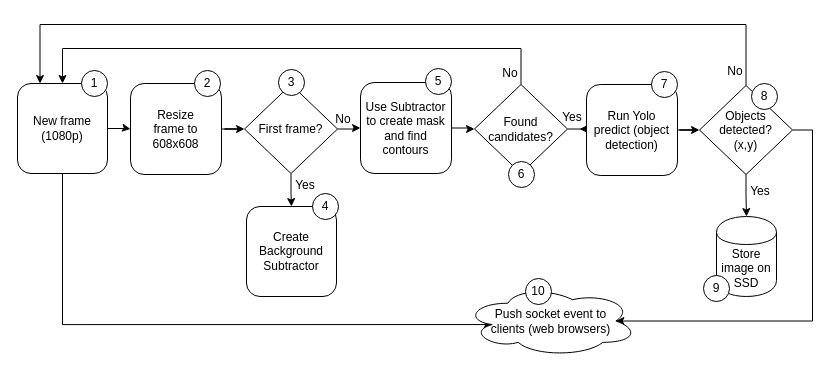
Earlier version of the draw.io diagram Resources/drawings/obj-detection.dio (Alchemication/cvdl-for-home). Source tidied: cells renumbered, new cells numbered last; positions are measured from the earlier drawing's top-left corner, leaving out a move shared by most shapes. Both pictures are drawn from the tidied source at 100%, with x=0, y=0 at pixel (17, 24).
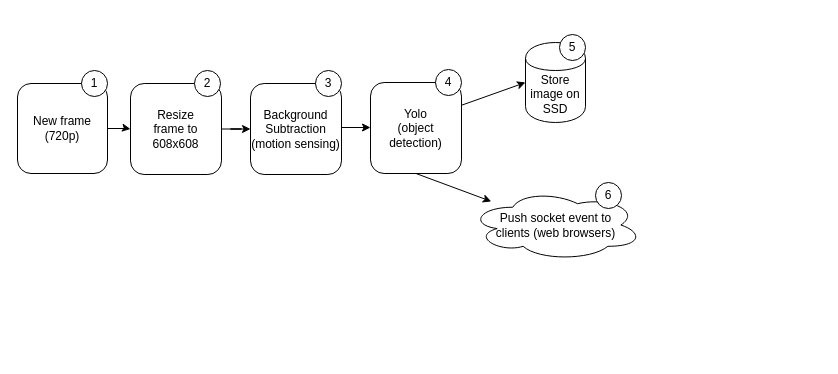
After the change.

Unchanged cells that the change refers to:
```xml
<mxCell id="7" value="&lt;div&gt;Resize&lt;/div&gt;frame to 608x608" style="whiteSpace=wrap;html=1;rounded=1;gradientColor=none;" parent="1" vertex="1">
  <mxGeometry x="113" y="59" width="91" height="91" as="geometry" />
</mxCell>
```

Diff of the diagram source:
```diff
@@
-    <mxCell id="3" style="edgeStyle=orthogonalEdgeStyle;rounded=0;html=1;entryX=0.16;entryY=0.55;entryPerimeter=0;jettySize=auto;" parent="1" edge="1" source="4" target="30">
-      <mxGeometry relative="1" as="geometry">
-        <Array as="points">
-          <mxPoint x="45" y="300" />
-        </Array>
-      </mxGeometry>
-    </mxCell>
-    <mxCell id="4" value="New frame (1080p)&lt;div&gt;&lt;/div&gt;" style="whiteSpace=wrap;html=1;rounded=1;gradientColor=none;" parent="1" vertex="1">
+    <mxCell id="4" value="New frame (720p)&lt;div&gt;&lt;/div&gt;" style="whiteSpace=wrap;html=1;rounded=1;gradientColor=none;" parent="1" vertex="1">
       <mxGeometry y="59" width="90" height="90" as="geometry" />
     </mxCell>
@@
-    <mxCell id="6" style="edgeStyle=orthogonalEdgeStyle;rounded=0;html=1;entryX=0;entryY=0.5;jettySize=auto;" parent="1" edge="1" source="7" target="10">
+    <mxCell id="6" style="edgeStyle=orthogonalEdgeStyle;rounded=0;html=1;entryX=0;entryY=0.5;jettySize=auto;" parent="1" edge="1" source="7" target="13">
       <mxGeometry relative="1" as="geometry" />
     </mxCell>
@@
-    <mxCell id="8" style="edgeStyle=orthogonalEdgeStyle;rounded=0;html=1;entryX=0.5;entryY=0;jettySize=auto;" parent="1" edge="1" source="10" target="11">
-      <mxGeometry relative="1" as="geometry" />
-    </mxCell>
-    <mxCell id="9" style="edgeStyle=orthogonalEdgeStyle;rounded=0;html=1;entryX=0;entryY=0.5;jettySize=auto;" parent="1" edge="1" source="10" target="13">
-      <mxGeometry relative="1" as="geometry" />
-    </mxCell>
-    <mxCell id="10" value="First frame?" style="rhombus;whiteSpace=wrap;html=1;" parent="1" vertex="1">
-      <mxGeometry x="227" y="60" width="93" height="89" as="geometry" />
-    </mxCell>
-    <mxCell id="11" value="Create Background Subtractor&lt;div&gt;&lt;/div&gt;" style="whiteSpace=wrap;html=1;rounded=1;gradientColor=none;" parent="1" vertex="1">
-      <mxGeometry x="229" y="182" width="90" height="90" as="geometry" />
-    </mxCell>
-    <mxCell id="12" style="edgeStyle=orthogonalEdgeStyle;rounded=0;html=1;entryX=0;entryY=0.5;jettySize=auto;" parent="1" edge="1" source="13" target="16">
-      <mxGeometry relative="1" as="geometry" />
-    </mxCell>
-    <mxCell id="13" value="Use Subtractor to create mask and find contours&lt;div&gt;&lt;/div&gt;" style="whiteSpace=wrap;html=1;rounded=1;gradientColor=none;" parent="1" vertex="1">
-      <mxGeometry x="343" y="58" width="91" height="91" as="geometry" />
+    <mxCell id="13" value="Background Subtraction (motion sensing)&lt;div&gt;&lt;/div&gt;" style="whiteSpace=wrap;html=1;rounded=1;gradientColor=none;" parent="1" vertex="1">
+      <mxGeometry x="233" y="59" width="91" height="91" as="geometry" />
     </mxCell>
-    <mxCell id="14" style="edgeStyle=orthogonalEdgeStyle;rounded=0;html=1;jettySize=auto;" parent="1" edge="1" source="16">
-      <mxGeometry relative="1" as="geometry">
-        <mxPoint x="562.1" y="104.5" as="targetPoint" />
-      </mxGeometry>
-    </mxCell>
-    <mxCell id="15" style="edgeStyle=orthogonalEdgeStyle;rounded=0;html=1;entryX=0.5;entryY=0;jettySize=auto;" parent="1" edge="1" source="16" target="4">
-      <mxGeometry relative="1" as="geometry">
-        <Array as="points">
-          <mxPoint x="504" y="24" />
-          <mxPoint x="45" y="24" />
-        </Array>
-      </mxGeometry>
-    </mxCell>
-    <mxCell id="16" value="Found&lt;div&gt;candidates?&lt;/div&gt;" style="rhombus;whiteSpace=wrap;html=1;" parent="1" vertex="1">
-      <mxGeometry x="457" y="60" width="93" height="89" as="geometry" />
-    </mxCell>
-    <mxCell id="17" style="edgeStyle=orthogonalEdgeStyle;rounded=0;html=1;entryX=0;entryY=0.5;jettySize=auto;" parent="1" edge="1" source="18" target="22">
-      <mxGeometry relative="1" as="geometry" />
-    </mxCell>
-    <mxCell id="18" value="Run Yolo&lt;div&gt;predict (object detection)&lt;div&gt;&lt;/div&gt;&lt;/div&gt;" style="whiteSpace=wrap;html=1;rounded=1;gradientColor=none;" parent="1" vertex="1">
-      <mxGeometry x="569" y="60" width="91" height="91" as="geometry" />
+    <mxCell id="18" value="Yolo&lt;div&gt;(object detection)&lt;div&gt;&lt;/div&gt;&lt;/div&gt;" style="whiteSpace=wrap;html=1;rounded=1;gradientColor=none;" parent="1" vertex="1">
+      <mxGeometry x="353" y="58" width="91" height="91" as="geometry" />
     </mxCell>
-    <mxCell id="19" style="edgeStyle=orthogonalEdgeStyle;rounded=0;html=1;jettySize=auto;" parent="1" edge="1" source="22" target="23">
-      <mxGeometry relative="1" as="geometry" />
-    </mxCell>
-    <mxCell id="20" style="edgeStyle=orthogonalEdgeStyle;rounded=0;html=1;entryX=0.25;entryY=0;jettySize=auto;" parent="1" edge="1" source="22" target="4">
-      <mxGeometry relative="1" as="geometry">
-        <Array as="points">
-          <mxPoint x="729" />
-          <mxPoint x="23" />
-        </Array>
-      </mxGeometry>
-    </mxCell>
-    <mxCell id="21" style="edgeStyle=orthogonalEdgeStyle;rounded=0;html=1;entryX=0.875;entryY=0.5;entryPerimeter=0;jettySize=auto;" parent="1" edge="1" source="22" target="30">
-      <mxGeometry relative="1" as="geometry">
-        <Array as="points">
-          <mxPoint x="795" y="106" />
-          <mxPoint x="795" y="296" />
-        </Array>
-      </mxGeometry>
-    </mxCell>
-    <mxCell id="22" value="Objects detected?&lt;div&gt;(x,y)&lt;/div&gt;" style="rhombus;whiteSpace=wrap;html=1;" parent="1" vertex="1">
-      <mxGeometry x="682" y="61" width="93" height="89" as="geometry" />
-    </mxCell>
     <mxCell id="23" value="Store image on SSD" style="shape=cylinder;whiteSpace=wrap;html=1;boundedLbl=1;" parent="1" vertex="1">
-      <mxGeometry x="699" y="192" width="60" height="80" as="geometry" />
+      <mxGeometry x="508" y="18" width="60" height="80" as="geometry" />
     </mxCell>
-    <mxCell id="24" value="Yes" style="text;html=1;strokeColor=none;fillColor=none;align=center;verticalAlign=middle;whiteSpace=wrap;rounded=0;" parent="1" vertex="1">
-      <mxGeometry x="723" y="157" width="40" height="20" as="geometry" />
-    </mxCell>
-    <mxCell id="25" value="No" style="text;html=1;strokeColor=none;fillColor=none;align=center;verticalAlign=middle;whiteSpace=wrap;rounded=0;" parent="1" vertex="1">
-      <mxGeometry x="698" y="37" width="40" height="20" as="geometry" />
-    </mxCell>
-    <mxCell id="26" value="No" style="text;html=1;strokeColor=none;fillColor=none;align=center;verticalAlign=middle;whiteSpace=wrap;rounded=0;" parent="1" vertex="1">
-      <mxGeometry x="473" y="39" width="40" height="20" as="geometry" />
-    </mxCell>
-    <mxCell id="27" value="No" style="text;html=1;strokeColor=none;fillColor=none;align=center;verticalAlign=middle;whiteSpace=wrap;rounded=0;" parent="1" vertex="1">
-      <mxGeometry x="306" y="85" width="40" height="20" as="geometry" />
-    </mxCell>
-    <mxCell id="28" value="Yes" style="text;html=1;strokeColor=none;fillColor=none;align=center;verticalAlign=middle;whiteSpace=wrap;rounded=0;" parent="1" vertex="1">
-      <mxGeometry x="535" y="83" width="40" height="20" as="geometry" />
-    </mxCell>
-    <mxCell id="29" value="Yes" style="text;html=1;strokeColor=none;fillColor=none;align=center;verticalAlign=middle;whiteSpace=wrap;rounded=0;" parent="1" vertex="1">
-      <mxGeometry x="268" y="151" width="40" height="20" as="geometry" />
-    </mxCell>
     <mxCell id="30" value="Push socket event to&lt;div&gt;clients&amp;nbsp;&lt;span style=&quot;letter-spacing: 0px&quot;&gt;(web browsers)&lt;/span&gt;&lt;/div&gt;" style="ellipse;shape=cloud;whiteSpace=wrap;html=1;" parent="1" vertex="1">
-      <mxGeometry x="447" y="261" width="173" height="71" as="geometry" />
+      <mxGeometry x="452" y="165" width="173" height="71" as="geometry" />
     </mxCell>
@@
+    <mxCell id="40" style="edgeStyle=orthogonalEdgeStyle;rounded=0;html=1;entryX=0;entryY=0.5;jettySize=auto;orthogonalLoop=1;" parent="1" edge="1">
+      <mxGeometry relative="1" as="geometry">
+        <mxPoint x="324" y="103" as="sourcePoint" />
+        <mxPoint x="353" y="103" as="targetPoint" />
+      </mxGeometry>
+    </mxCell>
+    <mxCell id="41" style="endArrow=classic;html=1;exitX=1;exitY=0.25;entryX=0;entryY=0.5;" parent="1" edge="1" source="18" target="23">
+      <mxGeometry relative="1" as="geometry" />
+    </mxCell>
+    <mxCell id="42" style="endArrow=classic;html=1;exitX=0.5;exitY=1;" parent="1" edge="1" source="18" target="30">
+      <mxGeometry relative="1" as="geometry" />
+    </mxCell>
     <mxCell id="32" value="3" style="ellipse;whiteSpace=wrap;html=1;" parent="1" vertex="1">
-      <mxGeometry x="261" y="45" width="26" height="26" as="geometry" />
+      <mxGeometry x="298" y="46" width="26" height="26" as="geometry" />
     </mxCell>
     <mxCell id="33" value="4" style="ellipse;whiteSpace=wrap;html=1;" parent="1" vertex="1">
-      <mxGeometry x="295" y="169" width="26" height="26" as="geometry" />
+      <mxGeometry x="418" y="45" width="26" height="26" as="geometry" />
     </mxCell>
     <mxCell id="34" value="5" style="ellipse;whiteSpace=wrap;html=1;" parent="1" vertex="1">
-      <mxGeometry x="408" y="44" width="26" height="26" as="geometry" />
+      <mxGeometry x="542" y="10" width="26" height="26" as="geometry" />
     </mxCell>
     <mxCell id="35" value="6" style="ellipse;whiteSpace=wrap;html=1;" parent="1" vertex="1">
-      <mxGeometry x="491" y="137" width="26" height="26" as="geometry" />
+      <mxGeometry x="578" y="158" width="26" height="26" as="geometry" />
     </mxCell>
-    <mxCell id="36" value="7" style="ellipse;whiteSpace=wrap;html=1;" parent="1" vertex="1">
-      <mxGeometry x="634" y="47" width="26" height="26" as="geometry" />
-    </mxCell>
-    <mxCell id="37" value="8" style="ellipse;whiteSpace=wrap;html=1;" parent="1" vertex="1">
-      <mxGeometry x="734" y="59" width="26" height="26" as="geometry" />
-    </mxCell>
-    <mxCell id="38" value="9" style="ellipse;whiteSpace=wrap;html=1;" parent="1" vertex="1">
-      <mxGeometry x="686" y="251" width="26" height="26" as="geometry" />
-    </mxCell>
-    <mxCell id="39" value="10" style="ellipse;whiteSpace=wrap;html=1;" parent="1" vertex="1">
-      <mxGeometry x="508" y="254" width="26" height="26" as="geometry" />
-    </mxCell>
```
